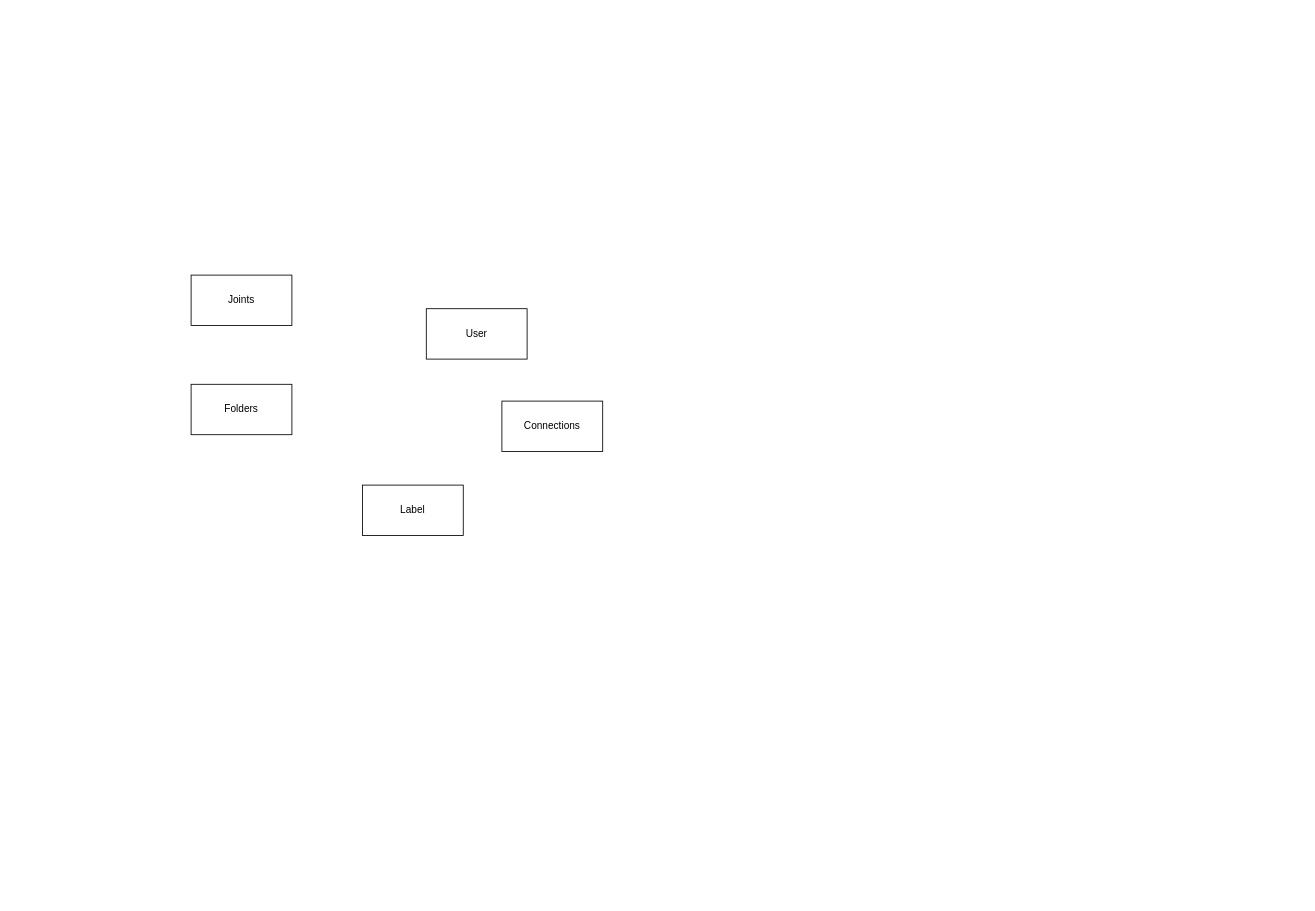
Before: Untitled Diagram.drawio in bun781/unit-4-nhan, a draw.io diagram. Source tidied: cells renumbered, new cells numbered last; positions are measured from the earlier drawing's top-left corner, leaving out a move shared by most shapes. Both pictures are drawn from the tidied source at 84%, with x=0, y=0 at pixel (191, 275).
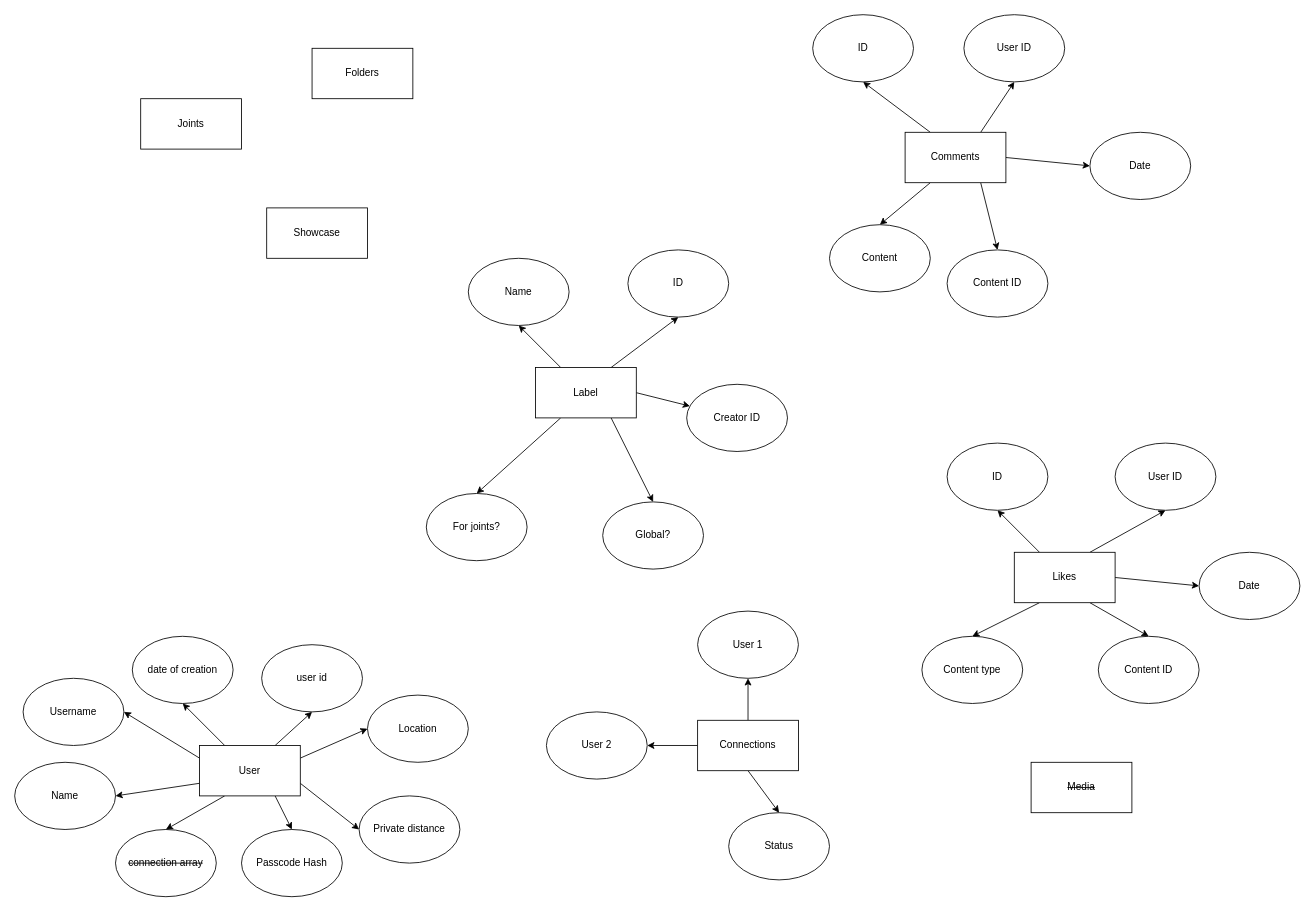
The same page after the edit.

What changed in the source:
```diff
@@
     <mxCell id="2" value="&lt;div&gt;Joints&lt;/div&gt;" style="rounded=0;whiteSpace=wrap;html=1;" parent="1" vertex="1">
-      <mxGeometry width="120" height="60" as="geometry" />
+      <mxGeometry x="-60" y="-210" width="120" height="60" as="geometry" />
     </mxCell>
     <mxCell id="3" value="Folders" style="rounded=0;whiteSpace=wrap;html=1;" parent="1" vertex="1">
-      <mxGeometry y="130" width="120" height="60" as="geometry" />
+      <mxGeometry x="144" y="-270" width="120" height="60" as="geometry" />
     </mxCell>
+    <mxCell id="7" style="edgeStyle=none;shape=connector;rounded=0;jettySize=auto;html=1;exitX=0.25;exitY=0;exitDx=0;exitDy=0;entryX=0.5;entryY=1;entryDx=0;entryDy=0;strokeColor=default;align=center;verticalAlign=middle;fontFamily=Helvetica;fontSize=11;fontColor=default;labelBackgroundColor=default;endArrow=classic;" parent="1" edge="1" source="4" target="51">
+      <mxGeometry relative="1" as="geometry" />
+    </mxCell>
+    <mxCell id="8" style="edgeStyle=none;shape=connector;rounded=0;jettySize=auto;html=1;exitX=0.75;exitY=0;exitDx=0;exitDy=0;entryX=0.5;entryY=1;entryDx=0;entryDy=0;strokeColor=default;align=center;verticalAlign=middle;fontFamily=Helvetica;fontSize=11;fontColor=default;labelBackgroundColor=default;endArrow=classic;" parent="1" edge="1" source="4" target="48">
+      <mxGeometry relative="1" as="geometry" />
+    </mxCell>
+    <mxCell id="9" style="edgeStyle=none;shape=connector;rounded=0;jettySize=auto;html=1;exitX=0.25;exitY=1;exitDx=0;exitDy=0;strokeColor=default;align=center;verticalAlign=middle;fontFamily=Helvetica;fontSize=11;fontColor=default;labelBackgroundColor=default;endArrow=classic;entryX=0.5;entryY=0;entryDx=0;entryDy=0;" parent="1" edge="1" source="4" target="50">
+      <mxGeometry relative="1" as="geometry" />
+    </mxCell>
+    <mxCell id="10" style="edgeStyle=none;shape=connector;rounded=0;jettySize=auto;html=1;exitX=0.75;exitY=1;exitDx=0;exitDy=0;entryX=0.5;entryY=0;entryDx=0;entryDy=0;strokeColor=default;align=center;verticalAlign=middle;fontFamily=Helvetica;fontSize=11;fontColor=default;labelBackgroundColor=default;endArrow=classic;" parent="1" edge="1" source="4" target="49">
+      <mxGeometry relative="1" as="geometry" />
+    </mxCell>
+    <mxCell id="11" style="edgeStyle=none;shape=connector;rounded=0;jettySize=auto;html=1;exitX=1;exitY=0.5;exitDx=0;exitDy=0;strokeColor=default;align=center;verticalAlign=middle;fontFamily=Helvetica;fontSize=11;fontColor=default;labelBackgroundColor=default;endArrow=classic;" parent="1" edge="1" source="4" target="52">
+      <mxGeometry relative="1" as="geometry" />
+    </mxCell>
     <mxCell id="4" value="Label" style="rounded=0;whiteSpace=wrap;html=1;" parent="1" vertex="1">
-      <mxGeometry x="204" y="250" width="120" height="60" as="geometry" />
+      <mxGeometry x="410" y="110" width="120" height="60" as="geometry" />
     </mxCell>
+    <mxCell id="12" style="rounded=0;jettySize=auto;html=1;exitX=0.75;exitY=1;exitDx=0;exitDy=0;entryX=0.5;entryY=0;entryDx=0;entryDy=0;" parent="1" edge="1" source="5" target="37">
+      <mxGeometry relative="1" as="geometry" />
+    </mxCell>
+    <mxCell id="13" style="edgeStyle=none;shape=connector;rounded=0;jettySize=auto;html=1;exitX=1;exitY=0.75;exitDx=0;exitDy=0;entryX=0;entryY=0.5;entryDx=0;entryDy=0;strokeColor=default;align=center;verticalAlign=middle;fontFamily=Helvetica;fontSize=11;fontColor=default;labelBackgroundColor=default;endArrow=classic;" parent="1" edge="1" source="5" target="38">
+      <mxGeometry relative="1" as="geometry" />
+    </mxCell>
+    <mxCell id="14" style="edgeStyle=none;shape=connector;rounded=0;jettySize=auto;html=1;exitX=0.75;exitY=0;exitDx=0;exitDy=0;entryX=0.5;entryY=1;entryDx=0;entryDy=0;strokeColor=default;align=center;verticalAlign=middle;fontFamily=Helvetica;fontSize=11;fontColor=default;labelBackgroundColor=default;endArrow=classic;" parent="1" edge="1" source="5" target="39">
+      <mxGeometry relative="1" as="geometry" />
+    </mxCell>
+    <mxCell id="15" style="edgeStyle=none;shape=connector;rounded=0;jettySize=auto;html=1;exitX=0.25;exitY=0;exitDx=0;exitDy=0;entryX=0.5;entryY=1;entryDx=0;entryDy=0;strokeColor=default;align=center;verticalAlign=middle;fontFamily=Helvetica;fontSize=11;fontColor=default;labelBackgroundColor=default;endArrow=classic;" parent="1" edge="1" source="5" target="40">
+      <mxGeometry relative="1" as="geometry" />
+    </mxCell>
+    <mxCell id="16" style="edgeStyle=none;shape=connector;rounded=0;jettySize=auto;html=1;exitX=0.25;exitY=1;exitDx=0;exitDy=0;entryX=0.5;entryY=0;entryDx=0;entryDy=0;strokeColor=default;align=center;verticalAlign=middle;fontFamily=Helvetica;fontSize=11;fontColor=default;labelBackgroundColor=default;endArrow=classic;" parent="1" edge="1" source="5" target="41">
+      <mxGeometry relative="1" as="geometry" />
+    </mxCell>
+    <mxCell id="17" style="edgeStyle=none;shape=connector;rounded=0;jettySize=auto;html=1;exitX=1;exitY=0.25;exitDx=0;exitDy=0;entryX=0;entryY=0.5;entryDx=0;entryDy=0;strokeColor=default;align=center;verticalAlign=middle;fontFamily=Helvetica;fontSize=11;fontColor=default;labelBackgroundColor=default;endArrow=classic;" parent="1" edge="1" source="5" target="42">
+      <mxGeometry relative="1" as="geometry" />
+    </mxCell>
+    <mxCell id="18" style="edgeStyle=none;shape=connector;rounded=0;jettySize=auto;html=1;exitX=0;exitY=0.25;exitDx=0;exitDy=0;entryX=1;entryY=0.5;entryDx=0;entryDy=0;strokeColor=default;align=center;verticalAlign=middle;fontFamily=Helvetica;fontSize=11;fontColor=default;labelBackgroundColor=default;endArrow=classic;" parent="1" edge="1" source="5" target="43">
+      <mxGeometry relative="1" as="geometry" />
+    </mxCell>
+    <mxCell id="19" style="edgeStyle=none;shape=connector;rounded=0;jettySize=auto;html=1;exitX=0;exitY=0.75;exitDx=0;exitDy=0;entryX=1;entryY=0.5;entryDx=0;entryDy=0;strokeColor=default;align=center;verticalAlign=middle;fontFamily=Helvetica;fontSize=11;fontColor=default;labelBackgroundColor=default;endArrow=classic;" parent="1" edge="1" source="5" target="44">
+      <mxGeometry relative="1" as="geometry" />
+    </mxCell>
     <mxCell id="5" value="User" style="rounded=0;whiteSpace=wrap;html=1;" parent="1" vertex="1">
-      <mxGeometry x="280" y="40" width="120" height="60" as="geometry" />
+      <mxGeometry x="10" y="560" width="120" height="60" as="geometry" />
     </mxCell>
+    <mxCell id="20" style="edgeStyle=none;shape=connector;rounded=0;jettySize=auto;html=1;exitX=0;exitY=0.5;exitDx=0;exitDy=0;entryX=1;entryY=0.5;entryDx=0;entryDy=0;strokeColor=default;align=center;verticalAlign=middle;fontFamily=Helvetica;fontSize=11;fontColor=default;labelBackgroundColor=default;endArrow=classic;" parent="1" edge="1" source="6" target="46">
+      <mxGeometry relative="1" as="geometry" />
+    </mxCell>
+    <mxCell id="21" style="edgeStyle=none;shape=connector;rounded=0;jettySize=auto;html=1;exitX=0.5;exitY=1;exitDx=0;exitDy=0;entryX=0.5;entryY=0;entryDx=0;entryDy=0;strokeColor=default;align=center;verticalAlign=middle;fontFamily=Helvetica;fontSize=11;fontColor=default;labelBackgroundColor=default;endArrow=classic;" parent="1" edge="1" source="6" target="47">
+      <mxGeometry relative="1" as="geometry" />
+    </mxCell>
+    <mxCell id="22" style="edgeStyle=none;shape=connector;rounded=0;jettySize=auto;html=1;exitX=0.5;exitY=0;exitDx=0;exitDy=0;entryX=0.5;entryY=1;entryDx=0;entryDy=0;strokeColor=default;align=center;verticalAlign=middle;fontFamily=Helvetica;fontSize=11;fontColor=default;labelBackgroundColor=default;endArrow=classic;" parent="1" edge="1" source="6" target="45">
+      <mxGeometry relative="1" as="geometry" />
+    </mxCell>
     <mxCell id="6" value="Connections" style="rounded=0;whiteSpace=wrap;html=1;" parent="1" vertex="1">
-      <mxGeometry x="370" y="150" width="120" height="60" as="geometry" />
+      <mxGeometry x="603" y="530" width="120" height="60" as="geometry" />
     </mxCell>
+    <mxCell id="23" value="&lt;strike&gt;Media&lt;/strike&gt;" style="rounded=0;whiteSpace=wrap;html=1;" parent="1" vertex="1">
+      <mxGeometry x="1000" y="580" width="120" height="60" as="geometry" />
+    </mxCell>
+    <mxCell id="24" value="Showcase" style="rounded=0;whiteSpace=wrap;html=1;" parent="1" vertex="1">
+      <mxGeometry x="90" y="-80" width="120" height="60" as="geometry" />
+    </mxCell>
+    <mxCell id="25" style="edgeStyle=none;shape=connector;rounded=0;jettySize=auto;html=1;exitX=0.75;exitY=0;exitDx=0;exitDy=0;entryX=0.5;entryY=1;entryDx=0;entryDy=0;strokeColor=default;align=center;verticalAlign=middle;fontFamily=Helvetica;fontSize=11;fontColor=default;labelBackgroundColor=default;endArrow=classic;" parent="1" edge="1" source="30" target="59">
+      <mxGeometry relative="1" as="geometry" />
+    </mxCell>
+    <mxCell id="26" style="edgeStyle=none;shape=connector;rounded=0;jettySize=auto;html=1;exitX=0.25;exitY=0;exitDx=0;exitDy=0;entryX=0.5;entryY=1;entryDx=0;entryDy=0;strokeColor=default;align=center;verticalAlign=middle;fontFamily=Helvetica;fontSize=11;fontColor=default;labelBackgroundColor=default;endArrow=classic;" parent="1" edge="1" source="30" target="58">
+      <mxGeometry relative="1" as="geometry" />
+    </mxCell>
+    <mxCell id="27" style="edgeStyle=none;shape=connector;rounded=0;jettySize=auto;html=1;exitX=0.25;exitY=1;exitDx=0;exitDy=0;entryX=0.5;entryY=0;entryDx=0;entryDy=0;strokeColor=default;align=center;verticalAlign=middle;fontFamily=Helvetica;fontSize=11;fontColor=default;labelBackgroundColor=default;endArrow=classic;" parent="1" edge="1" source="30" target="60">
+      <mxGeometry relative="1" as="geometry" />
+    </mxCell>
+    <mxCell id="28" style="edgeStyle=none;shape=connector;rounded=0;jettySize=auto;html=1;exitX=0.75;exitY=1;exitDx=0;exitDy=0;entryX=0.5;entryY=0;entryDx=0;entryDy=0;strokeColor=default;align=center;verticalAlign=middle;fontFamily=Helvetica;fontSize=11;fontColor=default;labelBackgroundColor=default;endArrow=classic;" parent="1" edge="1" source="30" target="61">
+      <mxGeometry relative="1" as="geometry" />
+    </mxCell>
+    <mxCell id="29" style="edgeStyle=none;shape=connector;rounded=0;jettySize=auto;html=1;exitX=1;exitY=0.5;exitDx=0;exitDy=0;entryX=0;entryY=0.5;entryDx=0;entryDy=0;strokeColor=default;align=center;verticalAlign=middle;fontFamily=Helvetica;fontSize=11;fontColor=default;labelBackgroundColor=default;endArrow=classic;" parent="1" edge="1" source="30" target="62">
+      <mxGeometry relative="1" as="geometry" />
+    </mxCell>
+    <mxCell id="30" value="Comments" style="rounded=0;whiteSpace=wrap;html=1;" parent="1" vertex="1">
+      <mxGeometry x="850" y="-170" width="120" height="60" as="geometry" />
+    </mxCell>
+    <mxCell id="31" style="rounded=0;jettySize=auto;html=1;exitX=0.25;exitY=0;exitDx=0;exitDy=0;entryX=0.5;entryY=1;entryDx=0;entryDy=0;" parent="1" edge="1" source="36" target="53">
+      <mxGeometry relative="1" as="geometry" />
+    </mxCell>
+    <mxCell id="32" style="edgeStyle=none;shape=connector;rounded=0;jettySize=auto;html=1;exitX=0.75;exitY=0;exitDx=0;exitDy=0;entryX=0.5;entryY=1;entryDx=0;entryDy=0;strokeColor=default;align=center;verticalAlign=middle;fontFamily=Helvetica;fontSize=11;fontColor=default;labelBackgroundColor=default;endArrow=classic;" parent="1" edge="1" source="36" target="54">
+      <mxGeometry relative="1" as="geometry" />
+    </mxCell>
+    <mxCell id="33" style="edgeStyle=none;shape=connector;rounded=0;jettySize=auto;html=1;exitX=1;exitY=0.5;exitDx=0;exitDy=0;entryX=0;entryY=0.5;entryDx=0;entryDy=0;strokeColor=default;align=center;verticalAlign=middle;fontFamily=Helvetica;fontSize=11;fontColor=default;labelBackgroundColor=default;endArrow=classic;" parent="1" edge="1" source="36" target="57">
+      <mxGeometry relative="1" as="geometry" />
+    </mxCell>
+    <mxCell id="34" style="edgeStyle=none;shape=connector;rounded=0;jettySize=auto;html=1;exitX=0.25;exitY=1;exitDx=0;exitDy=0;entryX=0.5;entryY=0;entryDx=0;entryDy=0;strokeColor=default;align=center;verticalAlign=middle;fontFamily=Helvetica;fontSize=11;fontColor=default;labelBackgroundColor=default;endArrow=classic;" parent="1" edge="1" source="36" target="56">
+      <mxGeometry relative="1" as="geometry" />
+    </mxCell>
+    <mxCell id="35" style="edgeStyle=none;shape=connector;rounded=0;jettySize=auto;html=1;exitX=0.75;exitY=1;exitDx=0;exitDy=0;entryX=0.5;entryY=0;entryDx=0;entryDy=0;strokeColor=default;align=center;verticalAlign=middle;fontFamily=Helvetica;fontSize=11;fontColor=default;labelBackgroundColor=default;endArrow=classic;" parent="1" edge="1" source="36" target="55">
+      <mxGeometry relative="1" as="geometry" />
+    </mxCell>
+    <mxCell id="36" value="Likes" style="rounded=0;whiteSpace=wrap;html=1;" parent="1" vertex="1">
+      <mxGeometry x="980" y="330" width="120" height="60" as="geometry" />
+    </mxCell>
+    <mxCell id="37" value="Passcode Hash" style="ellipse;whiteSpace=wrap;html=1;" parent="1" vertex="1">
+      <mxGeometry x="60" y="660" width="120" height="80" as="geometry" />
+    </mxCell>
+    <mxCell id="38" value="Private distance" style="ellipse;whiteSpace=wrap;html=1;" parent="1" vertex="1">
+      <mxGeometry x="200" y="620" width="120" height="80" as="geometry" />
+    </mxCell>
+    <mxCell id="39" value="user id" style="ellipse;whiteSpace=wrap;html=1;" parent="1" vertex="1">
+      <mxGeometry x="84" y="440" width="120" height="80" as="geometry" />
+    </mxCell>
+    <mxCell id="40" value="date of creation" style="ellipse;whiteSpace=wrap;html=1;" parent="1" vertex="1">
+      <mxGeometry x="-70" y="430" width="120" height="80" as="geometry" />
+    </mxCell>
+    <mxCell id="41" value="&lt;strike&gt;connection array &lt;br&gt;&lt;/strike&gt;" style="ellipse;whiteSpace=wrap;html=1;" parent="1" vertex="1">
+      <mxGeometry x="-90" y="660" width="120" height="80" as="geometry" />
+    </mxCell>
+    <mxCell id="42" value="Location" style="ellipse;whiteSpace=wrap;html=1;" parent="1" vertex="1">
+      <mxGeometry x="210" y="500" width="120" height="80" as="geometry" />
+    </mxCell>
+    <mxCell id="43" value="Username" style="ellipse;whiteSpace=wrap;html=1;" parent="1" vertex="1">
+      <mxGeometry x="-200" y="480" width="120" height="80" as="geometry" />
+    </mxCell>
+    <mxCell id="44" value="Name" style="ellipse;whiteSpace=wrap;html=1;" parent="1" vertex="1">
+      <mxGeometry x="-210" y="580" width="120" height="80" as="geometry" />
+    </mxCell>
+    <mxCell id="45" value="User 1" style="ellipse;whiteSpace=wrap;html=1;" parent="1" vertex="1">
+      <mxGeometry x="603" y="400" width="120" height="80" as="geometry" />
+    </mxCell>
+    <mxCell id="46" value="User 2" style="ellipse;whiteSpace=wrap;html=1;" parent="1" vertex="1">
+      <mxGeometry x="423" y="520" width="120" height="80" as="geometry" />
+    </mxCell>
+    <mxCell id="47" value="Status" style="ellipse;whiteSpace=wrap;html=1;" parent="1" vertex="1">
+      <mxGeometry x="640" y="640" width="120" height="80" as="geometry" />
+    </mxCell>
+    <mxCell id="48" value="ID" style="ellipse;whiteSpace=wrap;html=1;" parent="1" vertex="1">
+      <mxGeometry x="520" y="-30" width="120" height="80" as="geometry" />
+    </mxCell>
+    <mxCell id="49" value="Global?" style="ellipse;whiteSpace=wrap;html=1;" parent="1" vertex="1">
+      <mxGeometry x="490" y="270" width="120" height="80" as="geometry" />
+    </mxCell>
+    <mxCell id="50" value="For joints?" style="ellipse;whiteSpace=wrap;html=1;" parent="1" vertex="1">
+      <mxGeometry x="280" y="260" width="120" height="80" as="geometry" />
+    </mxCell>
+    <mxCell id="51" value="Name" style="ellipse;whiteSpace=wrap;html=1;" parent="1" vertex="1">
+      <mxGeometry x="330" y="-20" width="120" height="80" as="geometry" />
+    </mxCell>
+    <mxCell id="52" value="Creator ID" style="ellipse;whiteSpace=wrap;html=1;" parent="1" vertex="1">
+      <mxGeometry x="590" y="130" width="120" height="80" as="geometry" />
+    </mxCell>
+    <mxCell id="53" value="ID" style="ellipse;whiteSpace=wrap;html=1;" parent="1" vertex="1">
+      <mxGeometry x="900" y="200" width="120" height="80" as="geometry" />
+    </mxCell>
+    <mxCell id="54" value="User ID" style="ellipse;whiteSpace=wrap;html=1;" parent="1" vertex="1">
+      <mxGeometry x="1100" y="200" width="120" height="80" as="geometry" />
+    </mxCell>
+    <mxCell id="55" value="Content ID" style="ellipse;whiteSpace=wrap;html=1;" parent="1" vertex="1">
+      <mxGeometry x="1080" y="430" width="120" height="80" as="geometry" />
+    </mxCell>
+    <mxCell id="56" value="Content type" style="ellipse;whiteSpace=wrap;html=1;" parent="1" vertex="1">
+      <mxGeometry x="870" y="430" width="120" height="80" as="geometry" />
+    </mxCell>
+    <mxCell id="57" value="Date" style="ellipse;whiteSpace=wrap;html=1;" parent="1" vertex="1">
+      <mxGeometry x="1200" y="330" width="120" height="80" as="geometry" />
+    </mxCell>
+    <mxCell id="58" value="ID" style="ellipse;whiteSpace=wrap;html=1;" parent="1" vertex="1">
+      <mxGeometry x="740" y="-310" width="120" height="80" as="geometry" />
+    </mxCell>
+    <mxCell id="59" value="User ID" style="ellipse;whiteSpace=wrap;html=1;" parent="1" vertex="1">
+      <mxGeometry x="920" y="-310" width="120" height="80" as="geometry" />
+    </mxCell>
+    <mxCell id="60" value="Content" style="ellipse;whiteSpace=wrap;html=1;" parent="1" vertex="1">
+      <mxGeometry x="760" y="-60" width="120" height="80" as="geometry" />
+    </mxCell>
+    <mxCell id="61" value="Content ID" style="ellipse;whiteSpace=wrap;html=1;" parent="1" vertex="1">
+      <mxGeometry x="900" y="-30" width="120" height="80" as="geometry" />
+    </mxCell>
+    <mxCell id="62" value="Date" style="ellipse;whiteSpace=wrap;html=1;" parent="1" vertex="1">
+      <mxGeometry x="1070" y="-170" width="120" height="80" as="geometry" />
+    </mxCell>
```
